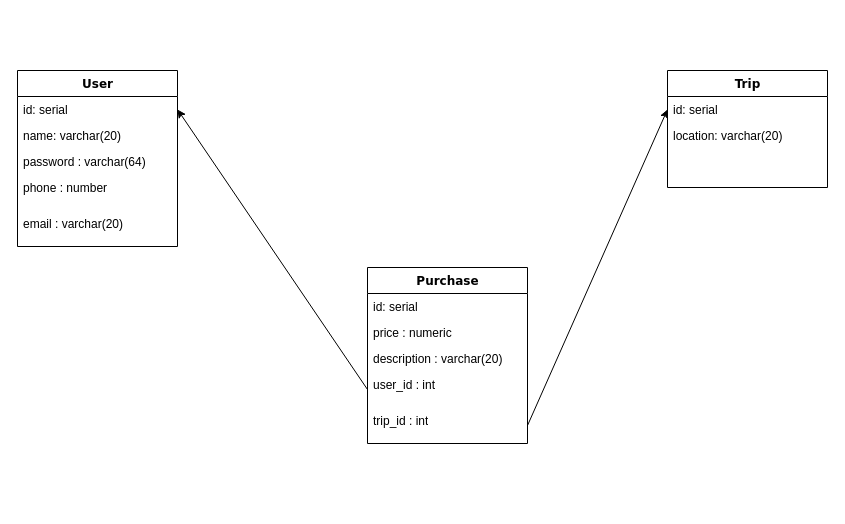
Above: postgre_model_splitify.drawio in RodrigoNevesWork/Splitify (draw.io), before the change. Source tidied: cells renumbered, new cells numbered last; positions are measured from the earlier drawing's top-left corner, leaving out a move shared by most shapes. Both pictures are drawn from the tidied source at 100%, with x=0, y=0 at pixel (17, 70).
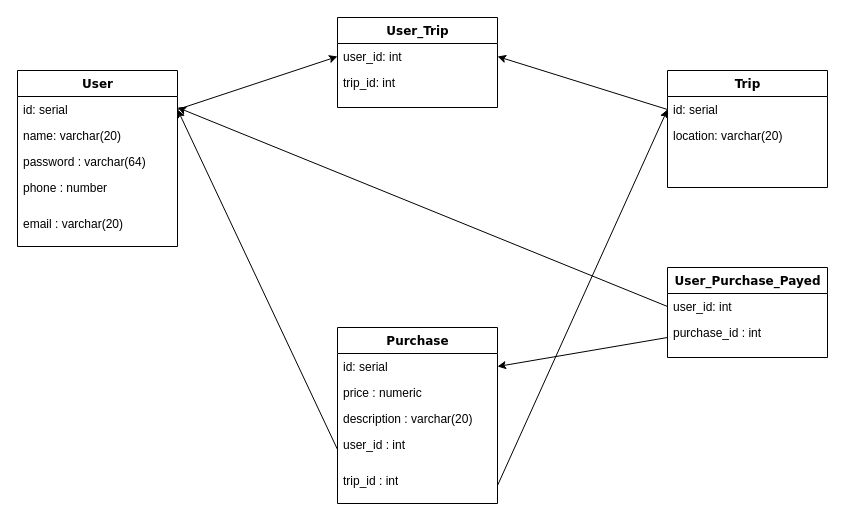
The same diagram, later.

The change refers to these unchanged cells:
```xml
<mxCell id="3" value="id: serial&lt;br&gt;&amp;nbsp;" style="text;html=1;strokeColor=none;fillColor=none;align=left;verticalAlign=top;spacingLeft=4;spacingRight=4;whiteSpace=wrap;overflow=hidden;points=[[0,0.5],[1,0.5]];portConstraint=eastwest;" parent="2" vertex="1">
  <mxGeometry y="26" width="160" height="26" as="geometry" />
</mxCell>
<mxCell id="9" value="id: serial&lt;br&gt;&amp;nbsp;" style="text;html=1;strokeColor=none;fillColor=none;align=left;verticalAlign=top;spacingLeft=4;spacingRight=4;whiteSpace=wrap;overflow=hidden;points=[[0,0.5],[1,0.5]];portConstraint=eastwest;" parent="8" vertex="1">
  <mxGeometry y="26" width="160" height="26" as="geometry" />
</mxCell>
<mxCell id="12" value="id: serial&lt;br&gt;&amp;nbsp;" style="text;html=1;strokeColor=none;fillColor=none;align=left;verticalAlign=top;spacingLeft=4;spacingRight=4;whiteSpace=wrap;overflow=hidden;points=[[0,0.5],[1,0.5]];portConstraint=eastwest;" parent="11" vertex="1">
  <mxGeometry y="26" width="160" height="26" as="geometry" />
</mxCell>
```

Change to the diagram source:
```diff
@@
     <mxCell id="11" value="Purchase" style="swimlane;html=1;fontStyle=1;align=center;verticalAlign=top;horizontal=1;startSize=26;swimlaneFillColor=#ffffff;rounded=0;shadow=0;comic=0;labelBackgroundColor=none;strokeWidth=1;fillColor=none;fontFamily=Verdana;fontSize=12;" parent="1" vertex="1">
-      <mxGeometry x="350" y="197" width="160" height="176" as="geometry" />
+      <mxGeometry x="320" y="257" width="160" height="176" as="geometry" />
     </mxCell>
@@
+    <mxCell id="19" value="User_Trip&lt;br&gt;" style="swimlane;html=1;fontStyle=1;align=center;verticalAlign=top;horizontal=1;startSize=26;swimlaneFillColor=#ffffff;rounded=0;shadow=0;comic=0;labelBackgroundColor=none;strokeWidth=1;fillColor=none;fontFamily=Verdana;fontSize=12;" parent="1" vertex="1">
+      <mxGeometry x="320" y="-53" width="160" height="90" as="geometry" />
+    </mxCell>
+    <mxCell id="20" value="user_id: int&lt;br&gt;&amp;nbsp;" style="text;html=1;strokeColor=none;fillColor=none;align=left;verticalAlign=top;spacingLeft=4;spacingRight=4;whiteSpace=wrap;overflow=hidden;points=[[0,0.5],[1,0.5]];portConstraint=eastwest;" parent="19" vertex="1">
+      <mxGeometry y="26" width="160" height="26" as="geometry" />
+    </mxCell>
+    <mxCell id="21" value="trip_id: int" style="text;html=1;strokeColor=none;fillColor=none;align=left;verticalAlign=top;spacingLeft=4;spacingRight=4;whiteSpace=wrap;overflow=hidden;" parent="19" vertex="1">
+      <mxGeometry y="52" width="160" height="36" as="geometry" />
+    </mxCell>
+    <mxCell id="22" style="endArrow=classic;html=1;rounded=0;exitX=1;exitY=0.5;exitDx=0;exitDy=0;entryX=0;entryY=0.5;entryDx=0;entryDy=0;" parent="1" edge="1" source="3" target="20">
+      <mxGeometry relative="1" as="geometry" />
+    </mxCell>
+    <mxCell id="23" style="endArrow=classic;html=1;rounded=0;exitX=0;exitY=0.5;exitDx=0;exitDy=0;entryX=1;entryY=0.5;entryDx=0;entryDy=0;" parent="1" edge="1" source="9" target="20">
+      <mxGeometry relative="1" as="geometry" />
+    </mxCell>
+    <mxCell id="24" value="User_Purchase_Payed&lt;br&gt;" style="swimlane;html=1;fontStyle=1;align=center;verticalAlign=top;horizontal=1;startSize=26;swimlaneFillColor=#ffffff;rounded=0;shadow=0;comic=0;labelBackgroundColor=none;strokeWidth=1;fillColor=none;fontFamily=Verdana;fontSize=12;" parent="1" vertex="1">
+      <mxGeometry x="650" y="197" width="160" height="90" as="geometry" />
+    </mxCell>
+    <mxCell id="25" value="user_id: int&lt;br&gt;&amp;nbsp;" style="text;html=1;strokeColor=none;fillColor=none;align=left;verticalAlign=top;spacingLeft=4;spacingRight=4;whiteSpace=wrap;overflow=hidden;points=[[0,0.5],[1,0.5]];portConstraint=eastwest;" parent="24" vertex="1">
+      <mxGeometry y="26" width="160" height="26" as="geometry" />
+    </mxCell>
+    <mxCell id="26" value="purchase_id : int" style="text;html=1;strokeColor=none;fillColor=none;align=left;verticalAlign=top;spacingLeft=4;spacingRight=4;whiteSpace=wrap;overflow=hidden;points=[[0,0.5],[1,0.5]];portConstraint=eastwest;" parent="24" vertex="1">
+      <mxGeometry y="52" width="160" height="36" as="geometry" />
+    </mxCell>
+    <mxCell id="27" style="endArrow=classic;html=1;rounded=0;exitX=0;exitY=0.5;exitDx=0;exitDy=0;" parent="1" edge="1" source="25">
+      <mxGeometry relative="1" as="geometry">
+        <mxPoint x="160" y="37" as="targetPoint" />
+      </mxGeometry>
+    </mxCell>
+    <mxCell id="28" style="endArrow=classic;html=1;rounded=0;entryX=1;entryY=0.5;entryDx=0;entryDy=0;exitX=0;exitY=0.5;exitDx=0;exitDy=0;" parent="1" edge="1" source="26" target="12">
+      <mxGeometry relative="1" as="geometry" />
+    </mxCell>
```
